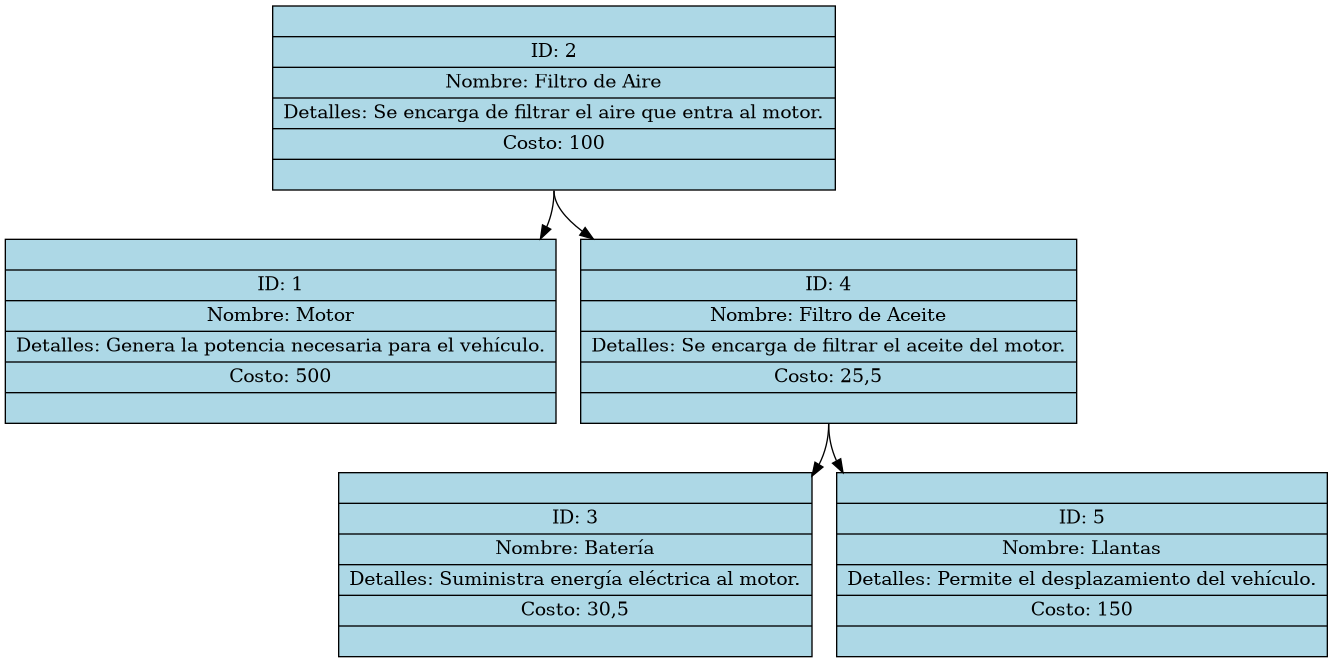
Above: Fase_2/AutoGestPro/AutoGestPro/Reports/repuestos_0.png in Santiago78op/EDD_1S2025_201905884 (Graphviz), before the change. Its source is kept beside it as Fase_2/AutoGestPro/AutoGestPro/Reports/repuestos_0.dot.
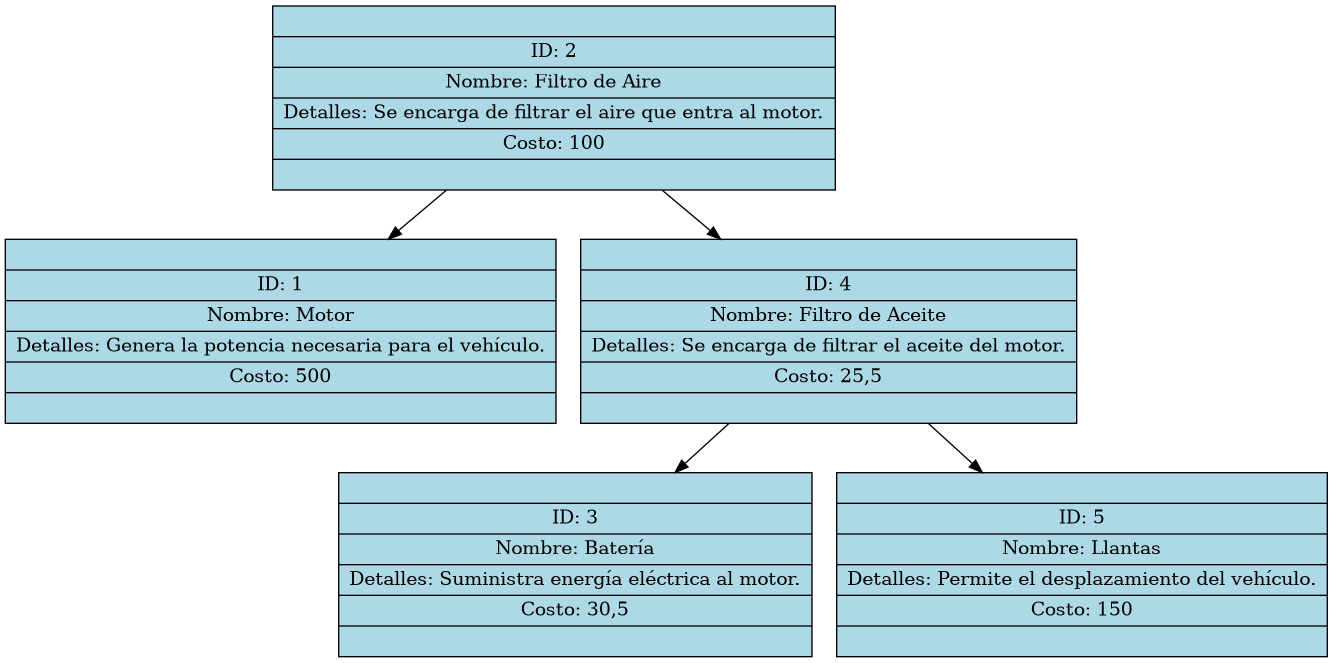
Above is the later version.

Change to the diagram source:
```diff
@@ -1,12 +1,12 @@
 digraph Repuestos {
 node [shape=record, style=filled, fillcolor=lightblue];
 R2 [label="{<izq> | ID: 2 | Nombre: Filtro de Aire | Detalles: Se encarga de filtrar el aire que entra al motor. |Costo: 100 | <der>}"]
-R2:s -> R1
+R2 -> R1
 R1 [label="{<izq> | ID: 1 | Nombre: Motor | Detalles: Genera la potencia necesaria para el vehículo. |Costo: 500 | <der>}"]
-R2:s -> R4
+R2 -> R4
 R4 [label="{<izq> | ID: 4 | Nombre: Filtro de Aceite | Detalles: Se encarga de filtrar el aceite del motor. |Costo: 25,5 | <der>}"]
-R4:s -> R3
+R4 -> R3
 R3 [label="{<izq> | ID: 3 | Nombre: Batería | Detalles: Suministra energía eléctrica al motor. |Costo: 30,5 | <der>}"]
-R4:s -> R5
+R4 -> R5
 R5 [label="{<izq> | ID: 5 | Nombre: Llantas | Detalles: Permite el desplazamiento del vehículo. |Costo: 150 | <der>}"]
 }
```
